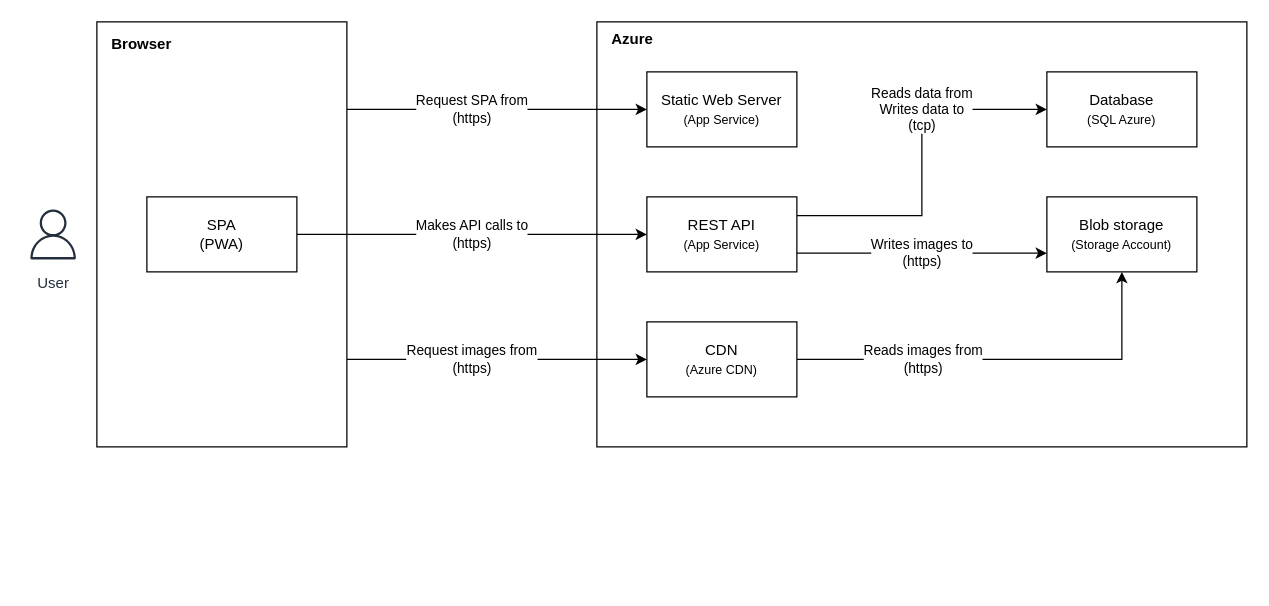
This is .diagrams/architecture.drawio from bouvet/map, a draw.io file, before an edit. Source tidied: cells renumbered, new cells numbered last; positions are measured from the earlier drawing's top-left corner, leaving out a move shared by most shapes. Both pictures are drawn from the tidied source at 125%, with x=0, y=0 at pixel (21, 21).
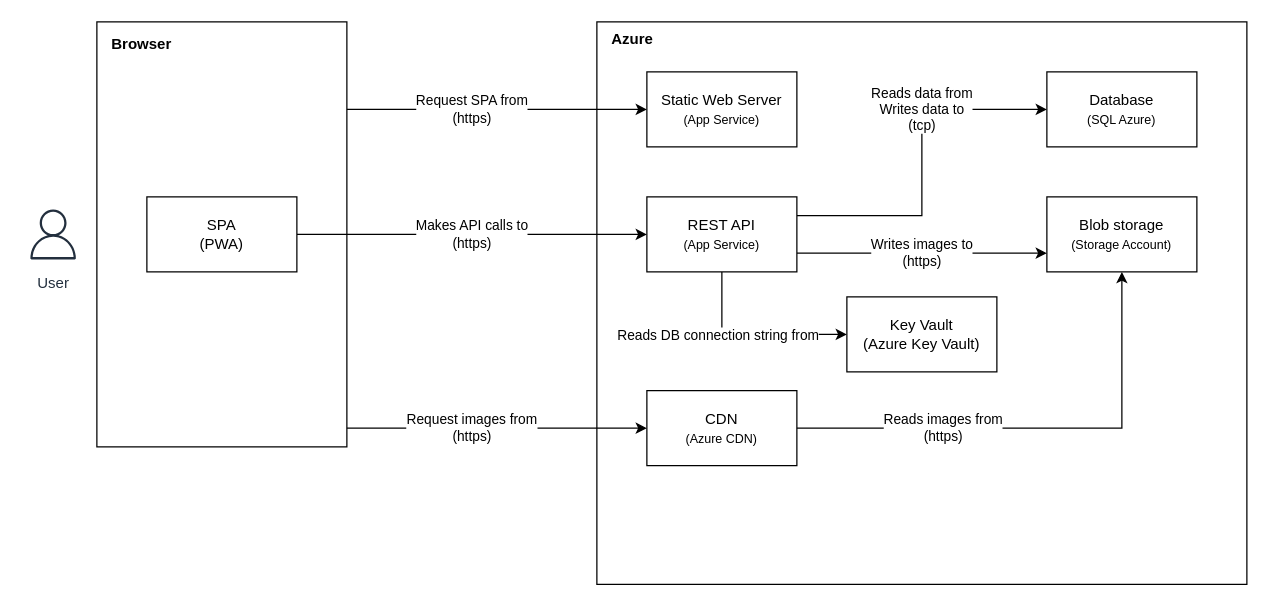
The same page after the edit.

Unchanged cells that the change refers to:
```xml
<mxCell id="5" value="Browser" style="rounded=0;whiteSpace=wrap;html=1;align=left;verticalAlign=top;spacingLeft=10;spacingTop=4;fillColor=none;fontSize=12;fontStyle=1;" parent="1" vertex="1">
  <mxGeometry x="60" width="200" height="340" as="geometry" />
</mxCell>
<mxCell id="9" value="REST API&lt;br&gt;&lt;font style=&quot;font-size: 10px;&quot;&gt;(App Service)&lt;/font&gt;" style="rounded=0;whiteSpace=wrap;html=1;" parent="1" vertex="1">
  <mxGeometry x="500" y="140" width="120" height="60" as="geometry" />
</mxCell>
```

Change to the diagram source:
```diff
@@
     <mxCell id="2" value="Azure" style="rounded=0;whiteSpace=wrap;html=1;fontSize=12;fillColor=none;align=left;verticalAlign=top;spacingLeft=10;fontStyle=1;" parent="1" vertex="1">
-      <mxGeometry x="460" width="520" height="340" as="geometry" />
+      <mxGeometry x="460" width="520" height="450" as="geometry" />
     </mxCell>
@@
-    <mxCell id="4" value="Request images from&lt;br&gt;(https)" style="edgeStyle=orthogonalEdgeStyle;rounded=0;jettySize=auto;html=1;entryX=0;entryY=0.5;entryDx=0;entryDy=0;" parent="1" edge="1" source="5" target="14">
+    <mxCell id="4" value="Request images from&lt;br&gt;(https)" style="edgeStyle=orthogonalEdgeStyle;rounded=0;jettySize=auto;html=1;entryX=0;entryY=0.5;entryDx=0;entryDy=0;" parent="1" edge="1" target="14">
       <mxGeometry x="-0.17" relative="1" as="geometry">
+        <mxPoint x="260" y="325" as="sourcePoint" />
         <Array as="points">
-          <mxPoint x="320" y="270" />
-          <mxPoint x="320" y="270" />
+          <mxPoint x="320" y="325" />
+          <mxPoint x="320" y="325" />
         </Array>
       </mxGeometry>
     </mxCell>
@@
+    <mxCell id="17" style="edgeStyle=none;html=1;exitX=0.5;exitY=1;exitDx=0;exitDy=0;entryX=0;entryY=0.5;entryDx=0;entryDy=0;rounded=0;" parent="1" edge="1" source="9" target="19">
+      <mxGeometry relative="1" as="geometry">
+        <Array as="points">
+          <mxPoint x="560" y="250" />
+        </Array>
+      </mxGeometry>
+    </mxCell>
+    <mxCell id="18" value="Reads DB connection string from" style="edgeLabel;html=1;align=center;verticalAlign=middle;" parent="17" vertex="1">
+      <mxGeometry x="-0.15" relative="1" as="geometry">
+        <mxPoint x="-18" as="offset" />
+      </mxGeometry>
+    </mxCell>
@@
     <mxCell id="14" value="CDN&lt;br&gt;&lt;font style=&quot;font-size: 10px;&quot;&gt;(Azure CDN)&lt;/font&gt;" style="rounded=0;whiteSpace=wrap;html=1;fillColor=none;" parent="1" vertex="1">
-      <mxGeometry x="500" y="240" width="120" height="60" as="geometry" />
+      <mxGeometry x="500" y="295" width="120" height="60" as="geometry" />
     </mxCell>
@@
+    <mxCell id="19" value="Key Vault&lt;br&gt;(Azure Key Vault)" style="rounded=0;whiteSpace=wrap;html=1;" parent="1" vertex="1">
+      <mxGeometry x="660" y="220" width="120" height="60" as="geometry" />
+    </mxCell>
```
